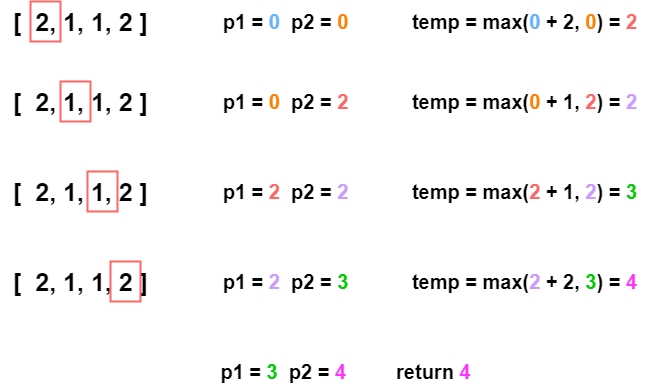
This is Python3/img/HouseRobber.png from ashiven/leetcode-solutions, a draw.io export, as it was before one commit. Source tidied: cells renumbered, new cells last; positions are measured from the earlier drawing's top-left corner, leaving out a move shared by most shapes.
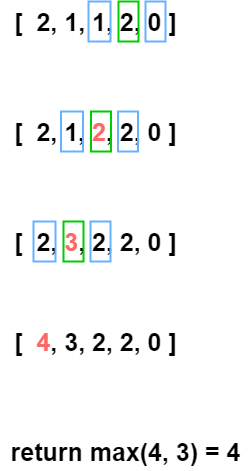
Later version of the same file.

What changed in the source:
```diff
@@ -2,56 +2,47 @@
   <root>
     <mxCell id="0" />
     <mxCell id="1" parent="0" />
-    <mxCell id="2" value="[&amp;nbsp; 2, 1, 1, 2 ]" style="text;html=1;align=center;verticalAlign=middle;strokeColor=none;fillColor=none;fontSize=25;fontStyle=1;" parent="1" vertex="1">
-      <mxGeometry width="160" height="40" as="geometry" />
+    <mxCell id="2" value="[&amp;nbsp; 2, 1, 1, 2, 0 ]" style="text;html=1;align=center;verticalAlign=middle;strokeColor=none;fillColor=none;fontSize=25;fontStyle=1;" parent="1" vertex="1">
+      <mxGeometry x="200" y="20" width="190" height="40" as="geometry" />
     </mxCell>
-    <mxCell id="3" value="p1 = &lt;font color=&quot;#66b2ff&quot;&gt;0&lt;/font&gt;&amp;nbsp; p2 = &lt;font color=&quot;#ff8000&quot;&gt;0&lt;/font&gt;" style="text;html=1;align=center;verticalAlign=middle;strokeColor=none;fillColor=none;fontSize=20;fontStyle=1;" parent="1" vertex="1">
-      <mxGeometry x="210" width="150" height="40" as="geometry" />
-    </mxCell>
-    <mxCell id="4" value="temp = max(&lt;font color=&quot;#66b2ff&quot;&gt;0&lt;/font&gt; + 2, &lt;font color=&quot;#ff8000&quot;&gt;0&lt;/font&gt;) = &lt;font color=&quot;#ff6666&quot;&gt;2&lt;/font&gt;" style="text;html=1;align=center;verticalAlign=middle;strokeColor=none;fillColor=none;fontSize=20;fontStyle=1;" parent="1" vertex="1">
-      <mxGeometry x="399" width="250" height="40" as="geometry" />
-    </mxCell>
-    <mxCell id="5" value="p1 = &lt;font color=&quot;#ff8000&quot;&gt;0&lt;/font&gt;&amp;nbsp; p2 = &lt;font color=&quot;#ff6666&quot;&gt;2&lt;/font&gt;" style="text;html=1;align=center;verticalAlign=middle;strokeColor=none;fillColor=none;fontSize=20;fontStyle=1;" parent="1" vertex="1">
-      <mxGeometry x="210" y="80" width="150" height="40" as="geometry" />
-    </mxCell>
-    <mxCell id="6" value="temp = max(&lt;font color=&quot;#ff8000&quot;&gt;0&lt;/font&gt; + 1, &lt;font color=&quot;#ff6666&quot;&gt;2&lt;/font&gt;) = &lt;font color=&quot;#cc99ff&quot;&gt;2&lt;/font&gt;" style="text;html=1;align=center;verticalAlign=middle;strokeColor=none;fillColor=none;fontSize=20;fontStyle=1;" parent="1" vertex="1">
-      <mxGeometry x="399" y="80" width="250" height="40" as="geometry" />
-    </mxCell>
-    <mxCell id="7" value="p1 = &lt;font color=&quot;#ff6666&quot;&gt;2&lt;/font&gt;&amp;nbsp; p2 = &lt;font color=&quot;#cc99ff&quot;&gt;2&lt;/font&gt;" style="text;html=1;align=center;verticalAlign=middle;strokeColor=none;fillColor=none;fontSize=20;fontStyle=1;" parent="1" vertex="1">
-      <mxGeometry x="210" y="170" width="150" height="40" as="geometry" />
-    </mxCell>
-    <mxCell id="8" value="temp = max(&lt;font color=&quot;#ff6666&quot;&gt;2&lt;/font&gt; + 1, &lt;font color=&quot;#cc99ff&quot;&gt;2&lt;/font&gt;) = &lt;font color=&quot;#00cc00&quot;&gt;3&lt;/font&gt;" style="text;html=1;align=center;verticalAlign=middle;strokeColor=none;fillColor=none;fontSize=20;fontStyle=1;" parent="1" vertex="1">
-      <mxGeometry x="399" y="170" width="250" height="40" as="geometry" />
-    </mxCell>
-    <mxCell id="9" value="p1 = &lt;font color=&quot;#cc99ff&quot;&gt;2&lt;/font&gt;&amp;nbsp; p2 = &lt;font color=&quot;#00cc00&quot;&gt;3&lt;/font&gt;" style="text;html=1;align=center;verticalAlign=middle;strokeColor=none;fillColor=none;fontSize=20;fontStyle=1;" parent="1" vertex="1">
-      <mxGeometry x="210" y="260" width="150" height="40" as="geometry" />
-    </mxCell>
-    <mxCell id="10" value="temp = max(&lt;font color=&quot;#cc99ff&quot;&gt;2&lt;/font&gt; + 2, &lt;font color=&quot;#00cc00&quot;&gt;3&lt;/font&gt;) = &lt;font color=&quot;#ff33ff&quot;&gt;4&lt;/font&gt;" style="text;html=1;align=center;verticalAlign=middle;strokeColor=none;fillColor=none;fontSize=20;fontStyle=1;" parent="1" vertex="1">
-      <mxGeometry x="399" y="260" width="250" height="40" as="geometry" />
-    </mxCell>
-    <mxCell id="11" value="p1 = &lt;font color=&quot;#00cc00&quot;&gt;3&lt;/font&gt;&amp;nbsp; p2 = &lt;font color=&quot;#ff33ff&quot;&gt;4&lt;/font&gt;&amp;nbsp; &amp;nbsp; &amp;nbsp; &amp;nbsp; &amp;nbsp;return&amp;nbsp;&lt;font color=&quot;#ff33ff&quot;&gt;4&lt;/font&gt;" style="text;html=1;align=center;verticalAlign=middle;strokeColor=none;fillColor=none;fontSize=20;fontStyle=1;" parent="1" vertex="1">
-      <mxGeometry x="210" y="350" width="270" height="40" as="geometry" />
-    </mxCell>
-    <mxCell id="12" style="rounded=0;whiteSpace=wrap;html=1;fillColor=none;strokeWidth=2;strokeColor=#FF6666;" parent="1" vertex="1">
-      <mxGeometry x="30" width="30" height="40" as="geometry" />
+    <mxCell id="12" style="rounded=0;whiteSpace=wrap;html=1;fillColor=none;strokeWidth=2;strokeColor=#66B2FF;" parent="1" vertex="1">
+      <mxGeometry x="288" y="20" width="22" height="40" as="geometry" />
     </mxCell>
-    <mxCell id="13" value="[&amp;nbsp; 2, 1, 1, 2 ]" style="text;html=1;align=center;verticalAlign=middle;strokeColor=none;fillColor=none;fontSize=25;fontStyle=1;" parent="1" vertex="1">
-      <mxGeometry y="80" width="160" height="40" as="geometry" />
-    </mxCell>
-    <mxCell id="14" style="rounded=0;whiteSpace=wrap;html=1;fillColor=none;strokeWidth=2;strokeColor=#FF6666;" parent="1" vertex="1">
-      <mxGeometry x="60" y="80" width="30" height="40" as="geometry" />
-    </mxCell>
-    <mxCell id="15" value="[&amp;nbsp; 2, 1, 1, 2 ]" style="text;html=1;align=center;verticalAlign=middle;strokeColor=none;fillColor=none;fontSize=25;fontStyle=1;" parent="1" vertex="1">
-      <mxGeometry y="260" width="160" height="40" as="geometry" />
-    </mxCell>
-    <mxCell id="16" style="rounded=0;whiteSpace=wrap;html=1;fillColor=none;strokeWidth=2;strokeColor=#FF6666;" parent="1" vertex="1">
-      <mxGeometry x="110" y="260" width="30" height="40" as="geometry" />
-    </mxCell>
-    <mxCell id="17" value="[&amp;nbsp; 2, 1, 1, 2 ]" style="text;html=1;align=center;verticalAlign=middle;strokeColor=none;fillColor=none;fontSize=25;fontStyle=1;" parent="1" vertex="1">
-      <mxGeometry y="170" width="160" height="40" as="geometry" />
-    </mxCell>
-    <mxCell id="18" style="rounded=0;whiteSpace=wrap;html=1;fillColor=none;strokeWidth=2;strokeColor=#FF6666;" parent="1" vertex="1">
-      <mxGeometry x="87" y="170" width="30" height="40" as="geometry" />
-    </mxCell>
+    <mxCell id="19" value="[&amp;nbsp; 2, 1, &lt;font color=&quot;#ff6666&quot;&gt;2&lt;/font&gt;, 2, 0 ]" style="text;html=1;align=center;verticalAlign=middle;strokeColor=none;fillColor=none;fontSize=25;fontStyle=1;" parent="1" vertex="1">
+      <mxGeometry x="200" y="130" width="190" height="40" as="geometry" />
+    </mxCell>
+    <mxCell id="20" value="[&amp;nbsp; 2, &lt;font color=&quot;#ff6666&quot;&gt;3&lt;/font&gt;, 2, 2, 0 ]" style="text;html=1;align=center;verticalAlign=middle;strokeColor=none;fillColor=none;fontSize=25;fontStyle=1;" parent="1" vertex="1">
+      <mxGeometry x="200" y="240" width="190" height="40" as="geometry" />
+    </mxCell>
+    <mxCell id="21" value="[&amp;nbsp; &lt;font color=&quot;#ff6666&quot;&gt;4&lt;/font&gt;, 3, 2, 2, 0 ]" style="text;html=1;align=center;verticalAlign=middle;strokeColor=none;fillColor=none;fontSize=25;fontStyle=1;" parent="1" vertex="1">
+      <mxGeometry x="200" y="340" width="190" height="40" as="geometry" />
+    </mxCell>
+    <mxCell id="22" style="rounded=0;whiteSpace=wrap;html=1;fillColor=none;strokeWidth=2;strokeColor=#66B2FF;" parent="1" vertex="1">
+      <mxGeometry x="345" y="20" width="20" height="40" as="geometry" />
+    </mxCell>
+    <mxCell id="23" style="rounded=0;whiteSpace=wrap;html=1;fillColor=none;strokeWidth=2;strokeColor=#00CC00;" parent="1" vertex="1">
+      <mxGeometry x="318" y="20" width="20" height="40" as="geometry" />
+    </mxCell>
+    <mxCell id="24" style="rounded=0;whiteSpace=wrap;html=1;fillColor=none;strokeWidth=2;strokeColor=#66B2FF;" parent="1" vertex="1">
+      <mxGeometry x="233" y="240" width="22" height="40" as="geometry" />
+    </mxCell>
+    <mxCell id="25" style="rounded=0;whiteSpace=wrap;html=1;fillColor=none;strokeWidth=2;strokeColor=#66B2FF;" parent="1" vertex="1">
+      <mxGeometry x="290" y="240" width="20" height="40" as="geometry" />
+    </mxCell>
+    <mxCell id="26" style="rounded=0;whiteSpace=wrap;html=1;fillColor=none;strokeWidth=2;strokeColor=#00CC00;" parent="1" vertex="1">
+      <mxGeometry x="263" y="240" width="20" height="40" as="geometry" />
+    </mxCell>
+    <mxCell id="27" style="rounded=0;whiteSpace=wrap;html=1;fillColor=none;strokeWidth=2;strokeColor=#66B2FF;" parent="1" vertex="1">
+      <mxGeometry x="260.5" y="130" width="22" height="40" as="geometry" />
+    </mxCell>
+    <mxCell id="28" style="rounded=0;whiteSpace=wrap;html=1;fillColor=none;strokeWidth=2;strokeColor=#66B2FF;" parent="1" vertex="1">
+      <mxGeometry x="317.5" y="130" width="20" height="40" as="geometry" />
+    </mxCell>
+    <mxCell id="29" style="rounded=0;whiteSpace=wrap;html=1;fillColor=none;strokeWidth=2;strokeColor=#00CC00;" parent="1" vertex="1">
+      <mxGeometry x="290.5" y="130" width="20" height="40" as="geometry" />
+    </mxCell>
+    <mxCell id="30" value="return max(4, 3) = 4" style="text;html=1;align=center;verticalAlign=middle;strokeColor=none;fillColor=none;fontSize=25;fontStyle=1;" parent="1" vertex="1">
+      <mxGeometry x="200" y="450" width="250" height="40" as="geometry" />
+    </mxCell>
   </root>
 </mxGraphModel>
```
